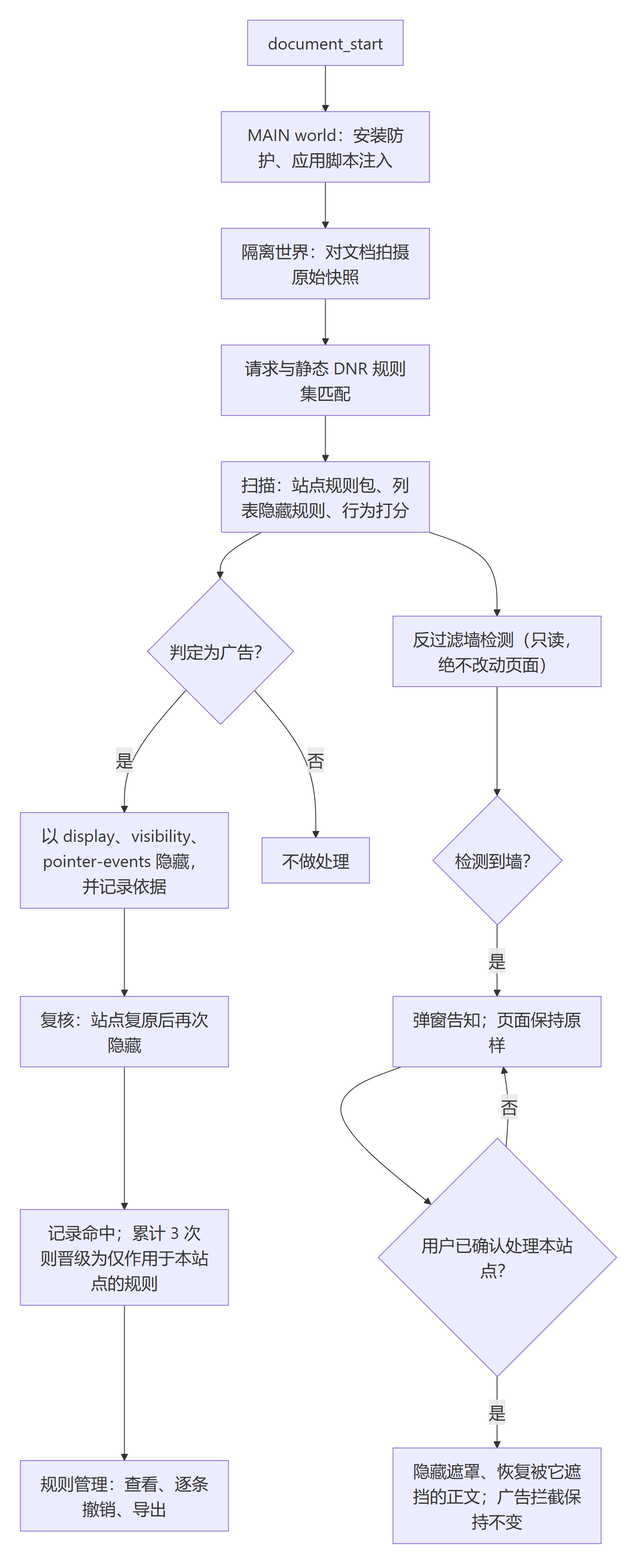
Before: docs/diagrams/flow-zh.png, a diagram exported from Mermaid (jfxia/AdBlow). Its source is kept beside it as docs/diagrams/flow-zh.mmd.
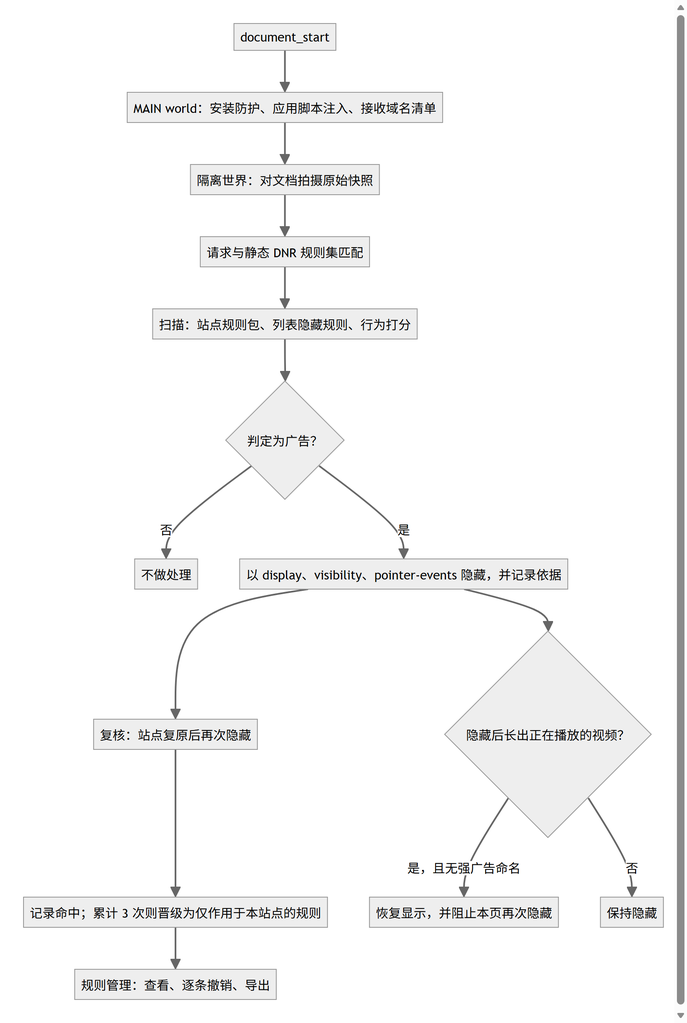
Later version of the same file.

Diff of the diagram source:
```diff
@@ -1,17 +1,14 @@
 flowchart TD
-  start["document_start"] --> a["MAIN world：安装防护、应用脚本注入"]
+  start["document_start"] --> a["MAIN world：安装防护、应用脚本注入、接收域名清单"]
   a --> b["隔离世界：对文档拍摄原始快照"]
   b --> c["请求与静态 DNR 规则集匹配"]
   c --> d["扫描：站点规则包、列表隐藏规则、行为打分"]
   d --> e{"判定为广告？"}
+  e -->|"否"| g["不做处理"]
   e -->|"是"| f["以 display、visibility、pointer-events 隐藏，并记录依据"]
-  e -->|"否"| g["不做处理"]
   f --> h["复核：站点复原后再次隐藏"]
   h --> i["记录命中；累计 3 次则晋级为仅作用于本站点的规则"]
   i --> j["规则管理：查看、逐条撤销、导出"]
-  d --> k["反过滤墙检测（只读，绝不改动页面）"]
-  k --> l{"检测到墙？"}
-  l -->|"是"| m["弹窗告知；页面保持原样"]
-  m --> n{"用户已确认处理本站点？"}
-  n -->|"是"| o["隐藏遮罩、恢复被它遮挡的正文；广告拦截保持不变"]
-  n -->|"否"| m
+  f --> r{"隐藏后长出正在播放的视频？"}
+  r -->|"是，且无强广告命名"| r2["恢复显示，并阻止本页再次隐藏"]
+  r -->|"否"| r3["保持隐藏"]
```
